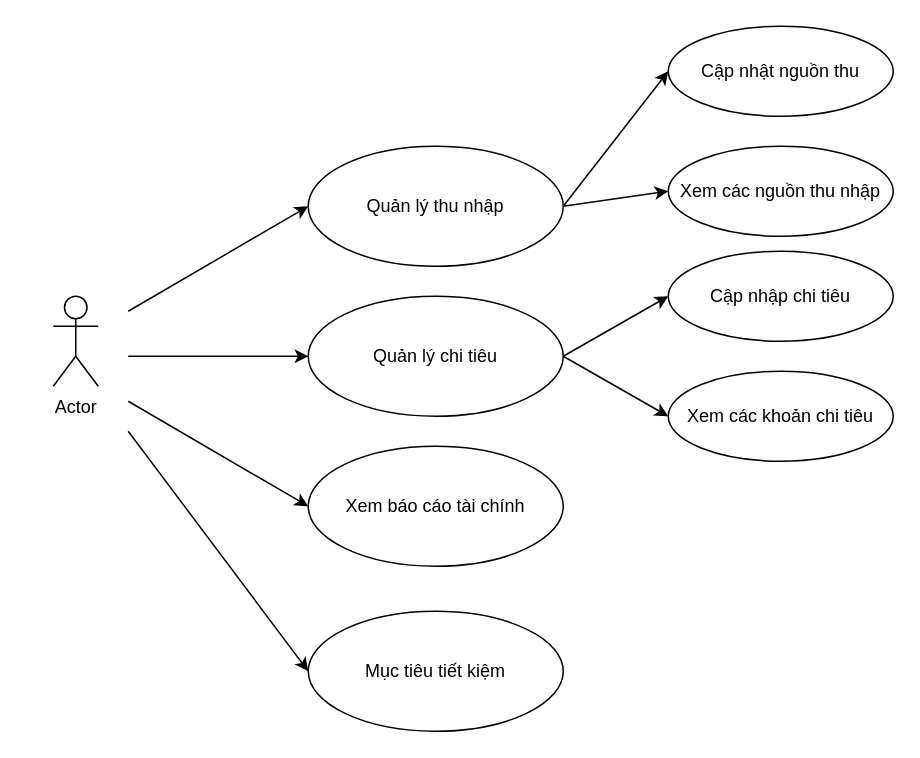
LongVu0101/CNPM_5 keeps this draw.io diagram as diagrams/Untitled Diagram.drawio. Above is the earlier version. Source tidied: cells renumbered, new cells numbered last; positions are measured from the earlier drawing's top-left corner, leaving out a move shared by most shapes. Both pictures are drawn from the tidied source at 150%, with x=0, y=0 at pixel (52, 26).
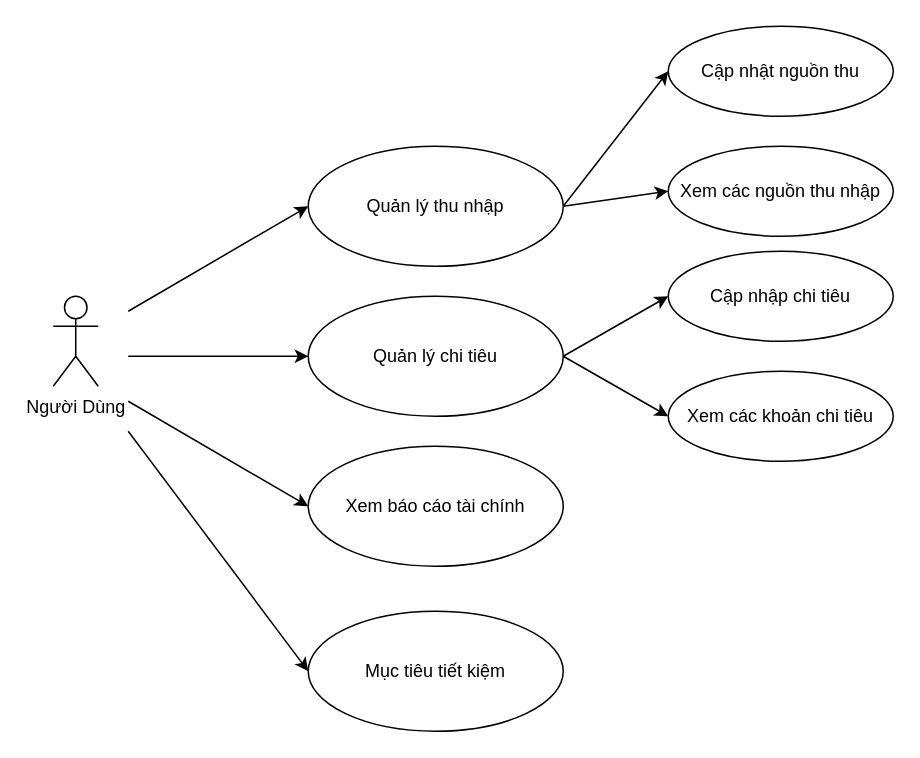
After the change.

Commit message (it also covers changes not shown here):
Use Case Diagram.drawio

What changed in the source:
```diff
@@
-    <mxCell id="2" value="Actor" style="shape=umlActor;verticalLabelPosition=bottom;verticalAlign=top;html=1;" parent="1" vertex="1">
+    <mxCell id="2" value="Người Dùng" style="shape=umlActor;verticalLabelPosition=bottom;verticalAlign=top;html=1;" parent="1" vertex="1">
       <mxGeometry y="180" width="30" height="60" as="geometry" />
     </mxCell>
```
